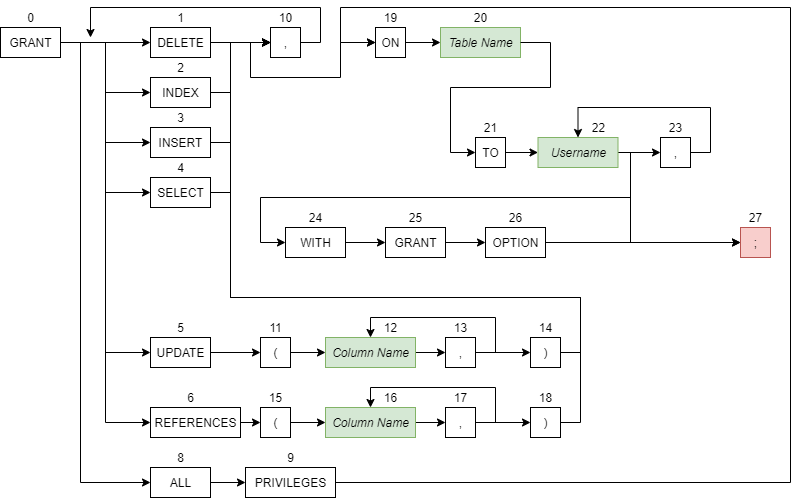
Earlier version of the draw.io export src/datastructure/rulegraph/diagrams/images/GrantDiagram.png (DeliciousWaffle/MastersProject). Source tidied: cells renumbered, new cells last; positions are measured from the earlier drawing's top-left corner, leaving out a move shared by most shapes.
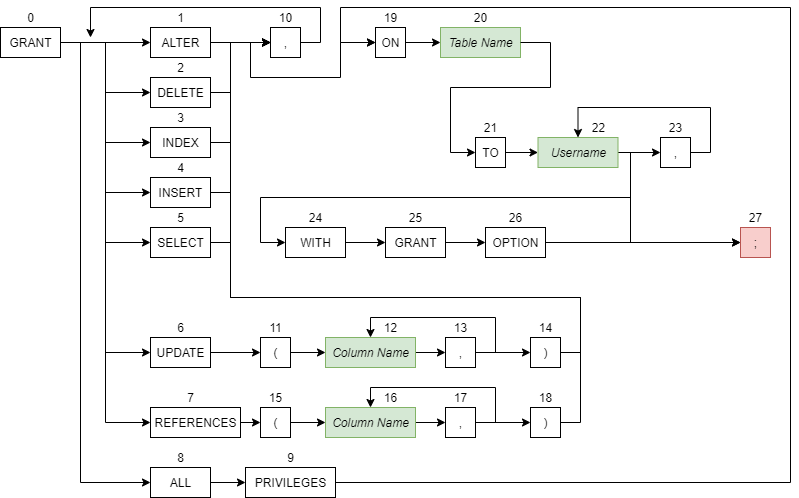
After the commit.

Commit message:
Finished up grant/revoke

Diff of the diagram source:
```diff
@@ -30,6 +30,9 @@
         </Array>
       </mxGeometry>
     </mxCell>
+    <mxCell id="93" style="edgeStyle=orthogonalEdgeStyle;rounded=0;jettySize=auto;html=1;exitX=1;exitY=0.5;exitDx=0;exitDy=0;entryX=0;entryY=0.5;entryDx=0;entryDy=0;" parent="1" edge="1" source="9" target="95">
+      <mxGeometry relative="1" as="geometry" />
+    </mxCell>
     <mxCell id="9" value="GRANT" style="html=1;" parent="1" vertex="1">
       <mxGeometry y="20" width="60" height="30" as="geometry" />
     </mxCell>
@@ -96,7 +99,7 @@
         </Array>
       </mxGeometry>
     </mxCell>
-    <mxCell id="24" value="DELETE" style="html=1;" parent="1" vertex="1">
+    <mxCell id="24" value="ALTER" style="html=1;" parent="1" vertex="1">
       <mxGeometry x="150" y="20" width="60" height="30" as="geometry" />
     </mxCell>
     <mxCell id="25" value="1" style="text;html=1;align=center;verticalAlign=middle;" parent="1" vertex="1">
@@ -110,7 +113,7 @@
         </Array>
       </mxGeometry>
     </mxCell>
-    <mxCell id="27" value="INDEX" style="html=1;" parent="1" vertex="1">
+    <mxCell id="27" value="DELETE" style="html=1;" parent="1" vertex="1">
       <mxGeometry x="150" y="70" width="60" height="30" as="geometry" />
     </mxCell>
     <mxCell id="28" value="2" style="text;html=1;align=center;verticalAlign=middle;" parent="1" vertex="1">
@@ -124,7 +127,7 @@
         </Array>
       </mxGeometry>
     </mxCell>
-    <mxCell id="30" value="INSERT" style="html=1;" parent="1" vertex="1">
+    <mxCell id="30" value="INDEX" style="html=1;" parent="1" vertex="1">
       <mxGeometry x="150" y="120" width="60" height="30" as="geometry" />
     </mxCell>
     <mxCell id="31" value="3" style="text;html=1;align=center;verticalAlign=middle;" parent="1" vertex="1">
@@ -138,7 +141,7 @@
         </Array>
       </mxGeometry>
     </mxCell>
-    <mxCell id="33" value="SELECT" style="html=1;" parent="1" vertex="1">
+    <mxCell id="33" value="INSERT" style="html=1;" parent="1" vertex="1">
       <mxGeometry x="150" y="170" width="60" height="30" as="geometry" />
     </mxCell>
     <mxCell id="34" value="4" style="text;html=1;align=center;verticalAlign=middle;" parent="1" vertex="1">
@@ -150,7 +153,7 @@
     <mxCell id="36" value="UPDATE" style="html=1;" parent="1" vertex="1">
       <mxGeometry x="150" y="330" width="60" height="30" as="geometry" />
     </mxCell>
-    <mxCell id="37" value="5" style="text;html=1;align=center;verticalAlign=middle;" parent="1" vertex="1">
+    <mxCell id="37" value="6" style="text;html=1;align=center;verticalAlign=middle;" parent="1" vertex="1">
       <mxGeometry x="170" y="310" width="20" height="20" as="geometry" />
     </mxCell>
     <mxCell id="38" style="edgeStyle=orthogonalEdgeStyle;rounded=0;jettySize=auto;html=1;exitX=1;exitY=0.5;exitDx=0;exitDy=0;entryX=0;entryY=0.5;entryDx=0;entryDy=0;" parent="1" edge="1" source="39" target="48">
@@ -159,7 +162,7 @@
     <mxCell id="39" value="REFERENCES" style="html=1;" parent="1" vertex="1">
       <mxGeometry x="150" y="400" width="90" height="30" as="geometry" />
     </mxCell>
-    <mxCell id="40" value="6" style="text;html=1;align=center;verticalAlign=middle;" parent="1" vertex="1">
+    <mxCell id="40" value="7" style="text;html=1;align=center;verticalAlign=middle;" parent="1" vertex="1">
       <mxGeometry x="180" y="380" width="20" height="20" as="geometry" />
     </mxCell>
     <mxCell id="41" style="edgeStyle=orthogonalEdgeStyle;rounded=0;jettySize=auto;html=1;exitX=1;exitY=0.5;exitDx=0;exitDy=0;entryX=0;entryY=0.5;entryDx=0;entryDy=0;" parent="1" edge="1" source="42" target="45">
@@ -369,5 +372,19 @@
     <mxCell id="92" value="25" style="text;html=1;align=center;verticalAlign=middle;" parent="1" vertex="1">
       <mxGeometry x="400" y="200" width="30" height="20" as="geometry" />
     </mxCell>
+    <mxCell id="94" style="edgeStyle=orthogonalEdgeStyle;rounded=0;jettySize=auto;html=1;exitX=1;exitY=0.5;exitDx=0;exitDy=0;entryX=0;entryY=0.5;entryDx=0;entryDy=0;" parent="1" edge="1" source="95" target="13">
+      <mxGeometry relative="1" as="geometry">
+        <Array as="points">
+          <mxPoint x="230" y="235" />
+          <mxPoint x="230" y="35" />
+        </Array>
+      </mxGeometry>
+    </mxCell>
+    <mxCell id="95" value="SELECT" style="html=1;" parent="1" vertex="1">
+      <mxGeometry x="150" y="220" width="60" height="30" as="geometry" />
+    </mxCell>
+    <mxCell id="96" value="5" style="text;html=1;align=center;verticalAlign=middle;" parent="1" vertex="1">
+      <mxGeometry x="170" y="200" width="20" height="20" as="geometry" />
+    </mxCell>
   </root>
 </mxGraphModel>
```
